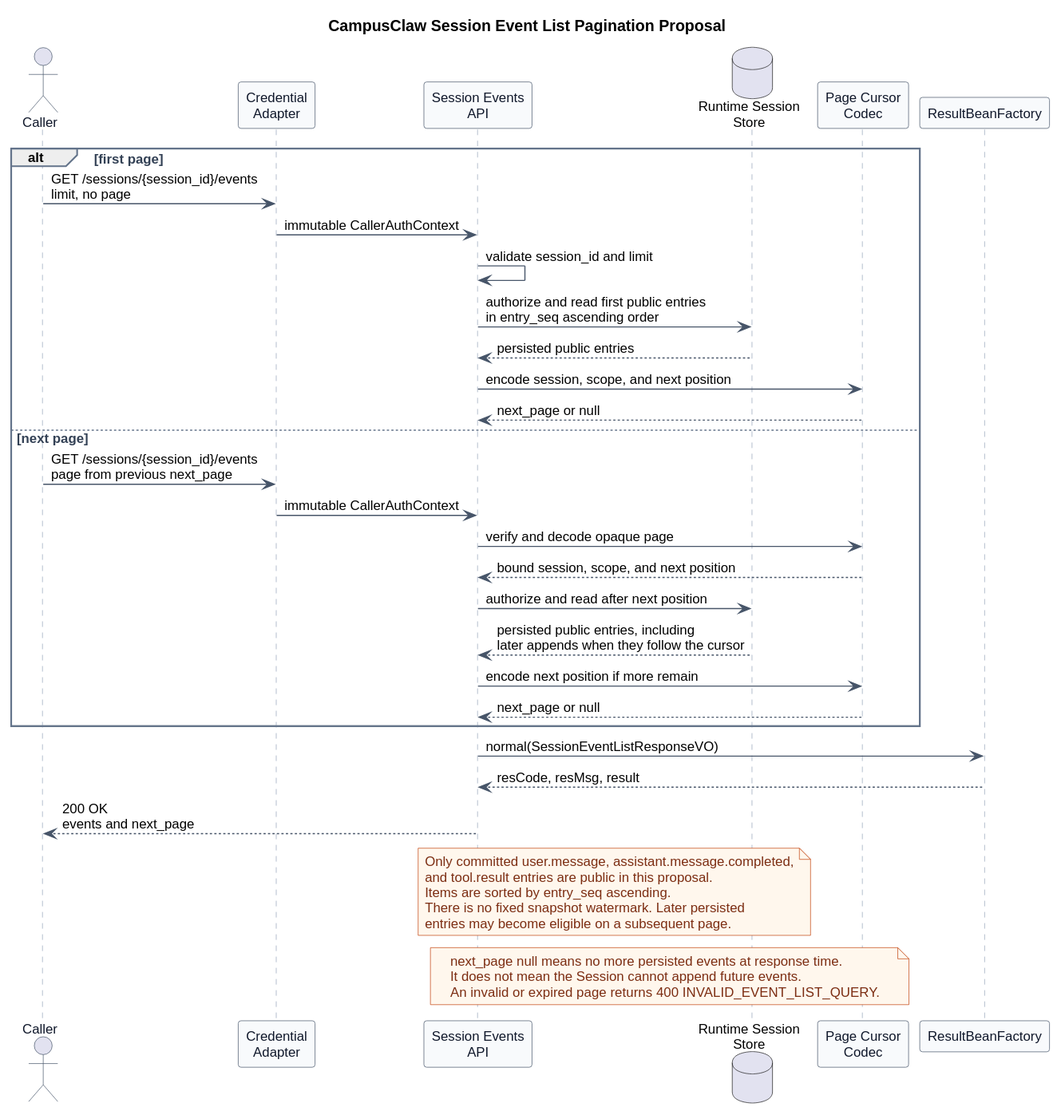
Before: pi-mono-java-manager-driven-multi-agent-runtime/http_session_event_list.svg, a diagram exported from PlantUML (ssm0808/pi-mono-java-design).
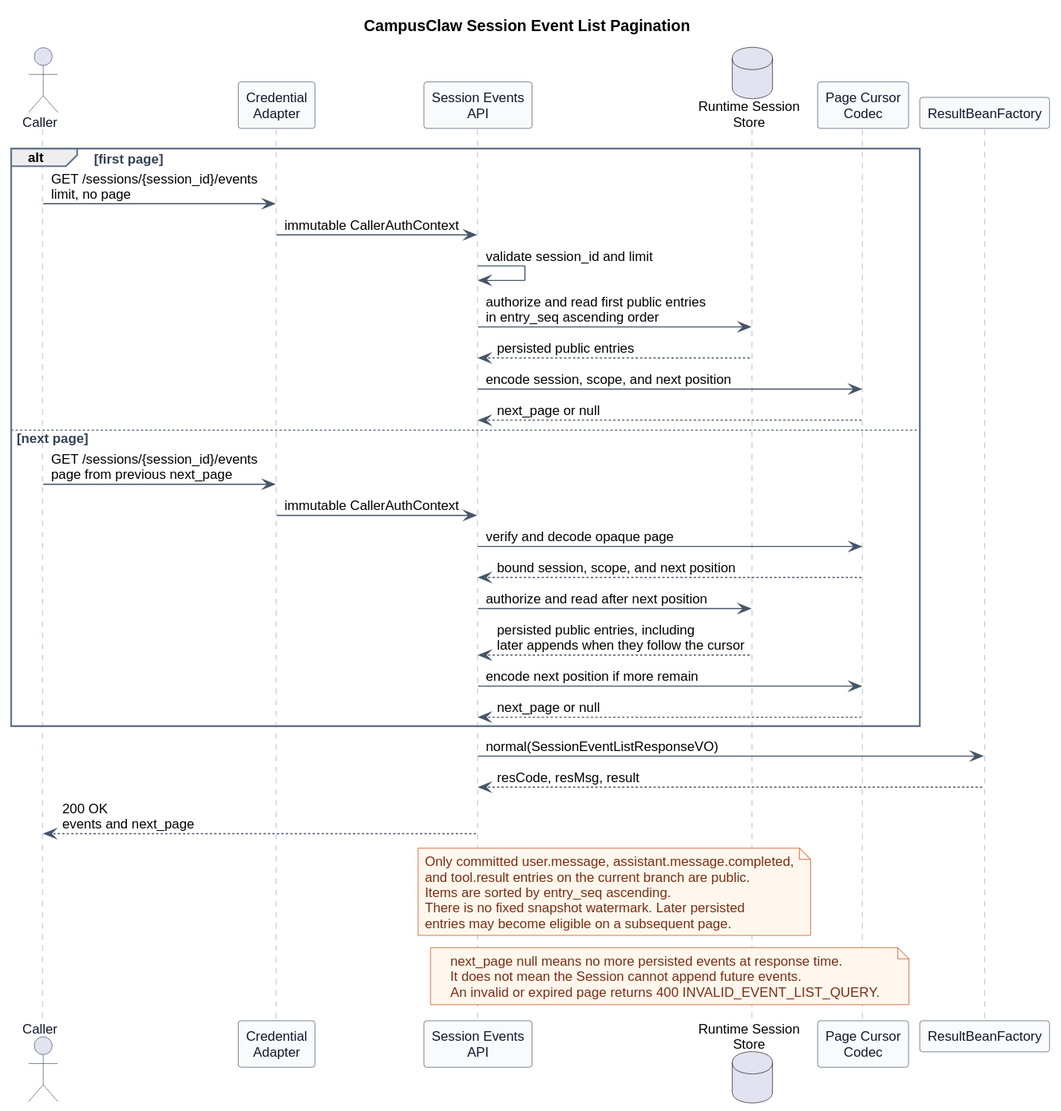
The same file after the commit.

Commit message:
docs(api): confirm session event listing

The edit, as a diff of the source:
```diff
@@ -1,5 +1,5 @@
 @startuml
-title CampusClaw Session Event List Pagination Proposal
+title CampusClaw Session Event List Pagination
 
 
 skinparam backgroundColor #FFFFFF
@@ -56,7 +56,7 @@
 
 note over API,Store
 Only committed user.message, assistant.message.completed,
-and tool.result entries are public in this proposal.
+and tool.result entries on the current branch are public.
 Items are sorted by entry_seq ascending.
 There is no fixed snapshot watermark. Later persisted
 entries may become eligible on a subsequent page.
```
